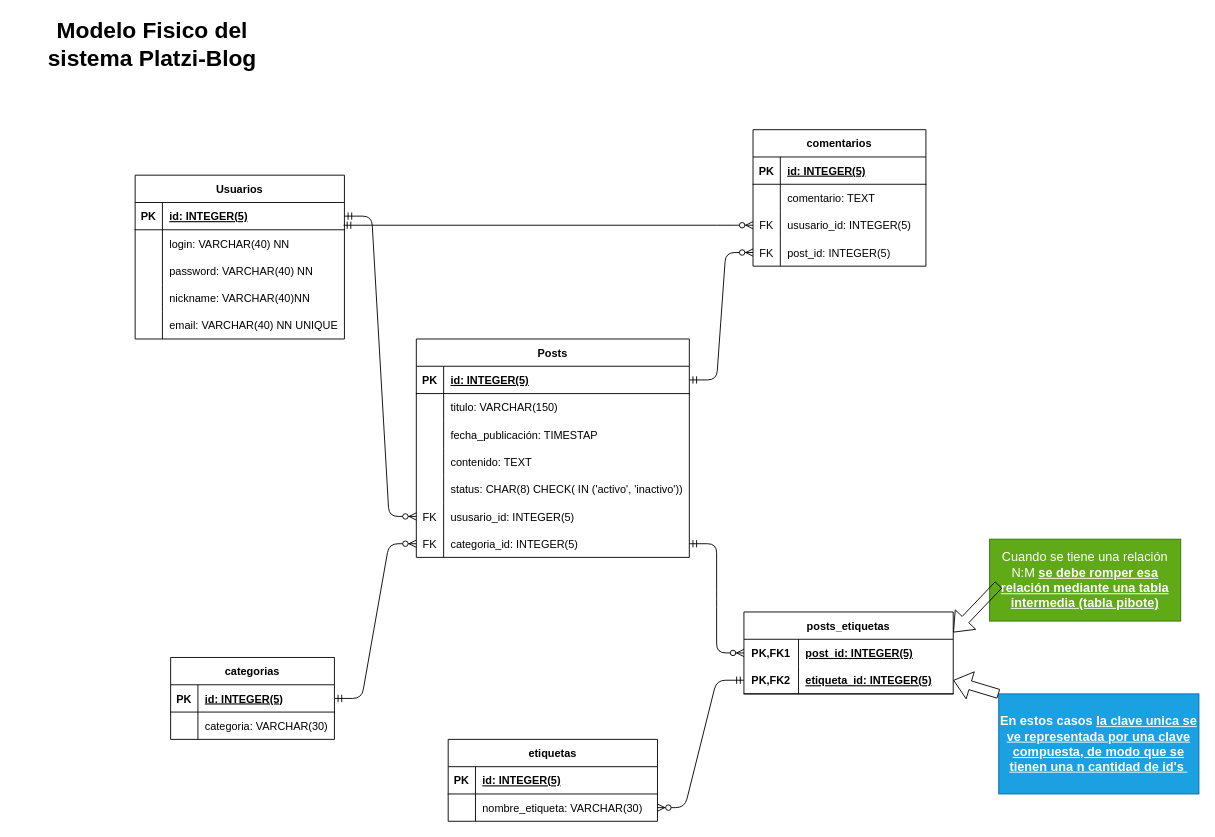
Above: page "Diagrama Fisico" (2 of 2) of models/platziBlog_Models.drawio in DdyYazo/Backend-SQL_Learning (draw.io), before the change. Source tidied: cells renumbered, new cells numbered last; positions are measured from the earlier drawing's top-left corner, leaving out a move shared by most shapes. Both pictures are drawn from the tidied source at 91%, with x=0, y=0 at pixel (15, 29).
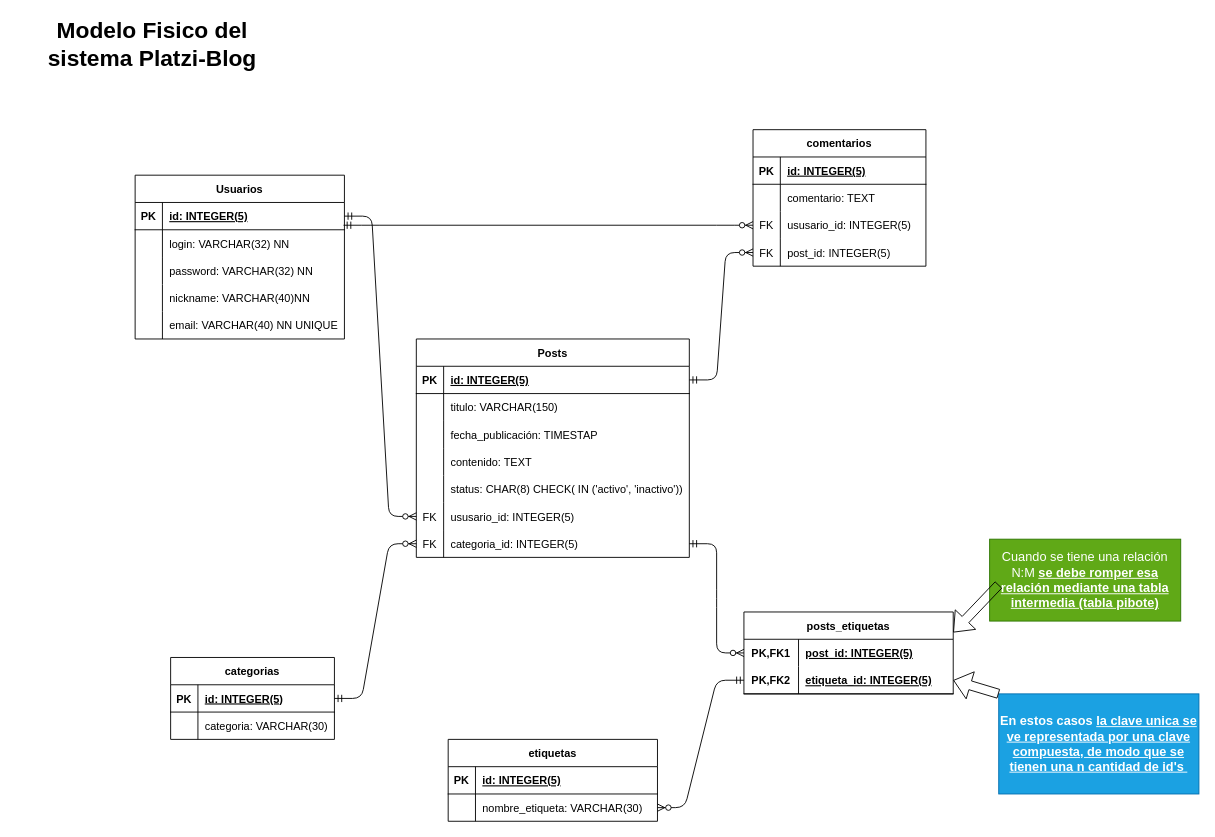
The same diagram, later.

Commit message (it also covers changes not shown here):
🆕 feat(mod_3): DDL, DML y creación de tablas - sql: actualización scripts

The change refers to these unchanged cells:
```xml
<mxCell id="7" style="shape=tableRow;horizontal=0;startSize=0;swimlaneHead=0;swimlaneBody=0;fillColor=none;top=0;left=0;right=0;bottom=0;" parent="3" vertex="1">
  <mxGeometry y="60" width="230" height="30" as="geometry" />
</mxCell>
<mxCell id="10" style="shape=tableRow;horizontal=0;startSize=0;swimlaneHead=0;swimlaneBody=0;fillColor=none;top=0;left=0;right=0;bottom=0;" parent="3" vertex="1">
  <mxGeometry y="90" width="230" height="30" as="geometry" />
</mxCell>
```

The edit, as a diff of the source:
```diff
@@
-    <mxCell id="9" value="login: VARCHAR(40) NN" style="shape=partialRectangle;fillColor=none;top=0;left=0;bottom=0;right=0;align=left;spacingLeft=6;overflow=hidden;" parent="7" vertex="1">
+    <mxCell id="9" value="login: VARCHAR(32) NN" style="shape=partialRectangle;fillColor=none;top=0;left=0;bottom=0;right=0;align=left;spacingLeft=6;overflow=hidden;" parent="7" vertex="1">
       <mxGeometry x="30" width="200" height="30" as="geometry" />
     </mxCell>
@@
-    <mxCell id="12" value="password: VARCHAR(40) NN" style="shape=partialRectangle;fillColor=none;top=0;left=0;bottom=0;right=0;align=left;spacingLeft=6;overflow=hidden;" parent="10" vertex="1">
+    <mxCell id="12" value="password: VARCHAR(32) NN" style="shape=partialRectangle;fillColor=none;top=0;left=0;bottom=0;right=0;align=left;spacingLeft=6;overflow=hidden;" parent="10" vertex="1">
       <mxGeometry x="30" width="200" height="30" as="geometry" />
     </mxCell>
```
